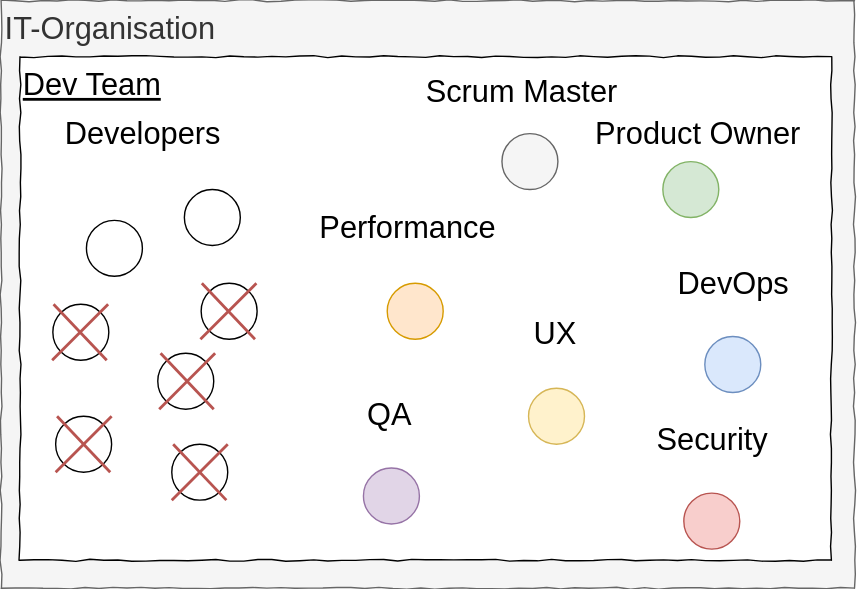
The draw.io diagram img/diagram_34.svg in iteratec/techcamp-devops-slides, before a commit. Source tidied: cells renumbered, new cells last; positions are measured from the earlier drawing's top-left corner, leaving out a move shared by most shapes. The source it was exported from:
```xml
<mxGraphModel>
  <root>
    <mxCell id="0" />
    <mxCell id="1" parent="0" />
    <mxCell id="2" value="IT-Organisation" style="rounded=0;whiteSpace=wrap;html=1;comic=1;fontSize=22;align=left;verticalAlign=top;fillColor=#f5f5f5;strokeColor=#666666;fontColor=#333333;" parent="1" vertex="1">
      <mxGeometry width="610" height="420" as="geometry" />
    </mxCell>
    <mxCell id="3" value="Dev Team" style="rounded=0;whiteSpace=wrap;html=1;comic=1;fontSize=22;align=left;verticalAlign=top;fontStyle=4;" parent="1" vertex="1">
      <mxGeometry x="13.5" y="40" width="580" height="360" as="geometry" />
    </mxCell>
    <mxCell id="4" style="ellipse;whiteSpace=wrap;html=1;rounded=0;shadow=0;glass=0;comic=1;strokeColor=#000000;strokeWidth=1;fillColor=#ffffff;gradientColor=#ffffff;fontSize=22;align=left;" parent="1" vertex="1">
      <mxGeometry x="61" y="157" width="40" height="40" as="geometry" />
    </mxCell>
    <mxCell id="5" style="ellipse;whiteSpace=wrap;html=1;rounded=0;shadow=0;glass=0;comic=1;strokeColor=#000000;strokeWidth=1;fillColor=#ffffff;gradientColor=#ffffff;fontSize=22;align=left;" parent="1" vertex="1">
      <mxGeometry x="131" y="134.5" width="40" height="40" as="geometry" />
    </mxCell>
    <mxCell id="6" style="ellipse;whiteSpace=wrap;html=1;rounded=0;shadow=0;glass=0;comic=1;strokeColor=#000000;strokeWidth=1;fillColor=#ffffff;gradientColor=#ffffff;fontSize=22;align=left;" parent="1" vertex="1">
      <mxGeometry x="143" y="202" width="40" height="40" as="geometry" />
    </mxCell>
    <mxCell id="7" style="ellipse;whiteSpace=wrap;html=1;rounded=0;shadow=0;glass=0;comic=1;strokeColor=#000000;strokeWidth=1;fillColor=#ffffff;gradientColor=#ffffff;fontSize=22;align=left;" parent="1" vertex="1">
      <mxGeometry x="112" y="252" width="40" height="40" as="geometry" />
    </mxCell>
    <mxCell id="8" style="ellipse;whiteSpace=wrap;html=1;rounded=0;shadow=0;glass=0;comic=1;strokeColor=#000000;strokeWidth=1;fillColor=#ffffff;gradientColor=#ffffff;fontSize=22;align=left;" parent="1" vertex="1">
      <mxGeometry x="36.5" y="217" width="40" height="40" as="geometry" />
    </mxCell>
    <mxCell id="9" style="ellipse;whiteSpace=wrap;html=1;rounded=0;shadow=0;glass=0;comic=1;strokeColor=#000000;strokeWidth=1;fillColor=#ffffff;gradientColor=#ffffff;fontSize=22;align=left;" parent="1" vertex="1">
      <mxGeometry x="39" y="297" width="40" height="40" as="geometry" />
    </mxCell>
    <mxCell id="10" style="ellipse;whiteSpace=wrap;html=1;rounded=0;shadow=0;glass=0;comic=1;strokeColor=#000000;strokeWidth=1;fillColor=#ffffff;gradientColor=#ffffff;fontSize=22;align=left;" parent="1" vertex="1">
      <mxGeometry x="122" y="317" width="40" height="40" as="geometry" />
    </mxCell>
    <mxCell id="11" style="ellipse;whiteSpace=wrap;html=1;rounded=0;shadow=0;glass=0;comic=1;strokeColor=#666666;strokeWidth=1;fillColor=#f5f5f5;fontSize=22;align=left;fontColor=#333333;" parent="1" vertex="1">
      <mxGeometry x="358" y="95" width="40" height="40" as="geometry" />
    </mxCell>
    <mxCell id="12" value="Developers" style="text;html=1;align=left;verticalAlign=top;spacingTop=-4;fontSize=22;" parent="1" vertex="1">
      <mxGeometry x="43.5" y="80" width="130" height="30" as="geometry" />
    </mxCell>
    <mxCell id="13" style="ellipse;whiteSpace=wrap;html=1;rounded=0;shadow=0;glass=0;comic=1;strokeColor=#82b366;strokeWidth=1;fillColor=#d5e8d4;fontSize=22;align=left;" parent="1" vertex="1">
      <mxGeometry x="473" y="115" width="40" height="40" as="geometry" />
    </mxCell>
    <mxCell id="14" value="Scrum Master" style="text;html=1;align=left;verticalAlign=top;spacingTop=-4;fontSize=22;" parent="1" vertex="1">
      <mxGeometry x="301.5" y="50" width="150" height="30" as="geometry" />
    </mxCell>
    <mxCell id="15" value="Product Owner" style="text;html=1;align=left;verticalAlign=top;spacingTop=-4;fontSize=22;" parent="1" vertex="1">
      <mxGeometry x="423" y="80" width="160" height="30" as="geometry" />
    </mxCell>
    <mxCell id="16" style="ellipse;whiteSpace=wrap;html=1;rounded=0;shadow=0;glass=0;comic=1;strokeColor=#d79b00;strokeWidth=1;fillColor=#ffe6cc;fontSize=22;align=left;" parent="1" vertex="1">
      <mxGeometry x="276" y="202" width="40" height="40" as="geometry" />
    </mxCell>
    <mxCell id="17" style="ellipse;whiteSpace=wrap;html=1;rounded=0;shadow=0;glass=0;comic=1;strokeColor=#d6b656;strokeWidth=1;fillColor=#fff2cc;fontSize=22;align=left;" parent="1" vertex="1">
      <mxGeometry x="377" y="277" width="40" height="40" as="geometry" />
    </mxCell>
    <mxCell id="18" style="ellipse;whiteSpace=wrap;html=1;rounded=0;shadow=0;glass=0;comic=1;strokeColor=#b85450;strokeWidth=1;fillColor=#f8cecc;fontSize=22;align=left;" parent="1" vertex="1">
      <mxGeometry x="487.5" y="352" width="40" height="40" as="geometry" />
    </mxCell>
    <mxCell id="19" style="ellipse;whiteSpace=wrap;html=1;rounded=0;shadow=0;glass=0;comic=1;strokeColor=#9673a6;strokeWidth=1;fillColor=#e1d5e7;fontSize=22;align=left;" parent="1" vertex="1">
      <mxGeometry x="258.5" y="333.5" width="40" height="40" as="geometry" />
    </mxCell>
    <mxCell id="20" style="ellipse;whiteSpace=wrap;html=1;rounded=0;shadow=0;glass=0;comic=1;strokeColor=#6c8ebf;strokeWidth=1;fillColor=#dae8fc;fontSize=22;align=left;" parent="1" vertex="1">
      <mxGeometry x="503" y="240" width="40" height="40" as="geometry" />
    </mxCell>
    <mxCell id="21" style="group;" parent="1" vertex="1">
      <mxGeometry x="113" y="252" width="40" height="40" as="geometry" />
    </mxCell>
    <mxCell id="22" style="endArrow=none;html=1;strokeWidth=2;fillColor=#f8cecc;strokeColor=#b85450;" parent="21" edge="1">
      <mxGeometry relative="1" as="geometry">
        <mxPoint y="40" as="sourcePoint" />
        <mxPoint x="40" as="targetPoint" />
      </mxGeometry>
    </mxCell>
    <mxCell id="23" style="endArrow=none;html=1;strokeWidth=2;fillColor=#f8cecc;strokeColor=#b85450;" parent="21" edge="1">
      <mxGeometry relative="1" as="geometry">
        <mxPoint x="39" y="40" as="sourcePoint" />
        <mxPoint x="1" as="targetPoint" />
      </mxGeometry>
    </mxCell>
    <mxCell id="24" style="group;" parent="1" vertex="1">
      <mxGeometry x="39" y="297" width="40" height="40" as="geometry" />
    </mxCell>
    <mxCell id="25" style="endArrow=none;html=1;strokeWidth=2;fillColor=#f8cecc;strokeColor=#b85450;" parent="24" edge="1">
      <mxGeometry relative="1" as="geometry">
        <mxPoint y="40" as="sourcePoint" />
        <mxPoint x="40" as="targetPoint" />
      </mxGeometry>
    </mxCell>
    <mxCell id="26" style="endArrow=none;html=1;strokeWidth=2;fillColor=#f8cecc;strokeColor=#b85450;" parent="24" edge="1">
      <mxGeometry relative="1" as="geometry">
        <mxPoint x="39" y="40" as="sourcePoint" />
        <mxPoint x="1" as="targetPoint" />
      </mxGeometry>
    </mxCell>
    <mxCell id="27" style="group;" parent="1" vertex="1">
      <mxGeometry x="122" y="317" width="40" height="40" as="geometry" />
    </mxCell>
    <mxCell id="28" style="endArrow=none;html=1;strokeWidth=2;fillColor=#f8cecc;strokeColor=#b85450;" parent="27" edge="1">
      <mxGeometry relative="1" as="geometry">
        <mxPoint y="40" as="sourcePoint" />
        <mxPoint x="40" as="targetPoint" />
      </mxGeometry>
    </mxCell>
    <mxCell id="29" style="endArrow=none;html=1;strokeWidth=2;fillColor=#f8cecc;strokeColor=#b85450;" parent="27" edge="1">
      <mxGeometry relative="1" as="geometry">
        <mxPoint x="39" y="40" as="sourcePoint" />
        <mxPoint x="1" as="targetPoint" />
      </mxGeometry>
    </mxCell>
    <mxCell id="30" style="group;" parent="1" vertex="1">
      <mxGeometry x="142.5" y="202" width="40" height="40" as="geometry" />
    </mxCell>
    <mxCell id="31" style="endArrow=none;html=1;strokeWidth=2;fillColor=#f8cecc;strokeColor=#b85450;" parent="30" edge="1">
      <mxGeometry relative="1" as="geometry">
        <mxPoint y="40" as="sourcePoint" />
        <mxPoint x="40" as="targetPoint" />
      </mxGeometry>
    </mxCell>
    <mxCell id="32" style="endArrow=none;html=1;strokeWidth=2;fillColor=#f8cecc;strokeColor=#b85450;" parent="30" edge="1">
      <mxGeometry relative="1" as="geometry">
        <mxPoint x="39" y="40" as="sourcePoint" />
        <mxPoint x="1" as="targetPoint" />
      </mxGeometry>
    </mxCell>
    <mxCell id="33" style="group;" parent="1" vertex="1">
      <mxGeometry x="36.5" y="217" width="40" height="40" as="geometry" />
    </mxCell>
    <mxCell id="34" style="endArrow=none;html=1;strokeWidth=2;fillColor=#f8cecc;strokeColor=#b85450;" parent="33" edge="1">
      <mxGeometry relative="1" as="geometry">
        <mxPoint y="40" as="sourcePoint" />
        <mxPoint x="40" as="targetPoint" />
      </mxGeometry>
    </mxCell>
    <mxCell id="35" style="endArrow=none;html=1;strokeWidth=2;fillColor=#f8cecc;strokeColor=#b85450;" parent="33" edge="1">
      <mxGeometry relative="1" as="geometry">
        <mxPoint x="39" y="40" as="sourcePoint" />
        <mxPoint x="1" as="targetPoint" />
      </mxGeometry>
    </mxCell>
    <mxCell id="36" value="&lt;div&gt;Performance&lt;/div&gt;&lt;div align=&quot;center&quot;&gt;&lt;br&gt;&lt;/div&gt;" style="text;html=1;align=center;verticalAlign=top;spacingTop=-4;fontSize=22;" parent="1" vertex="1">
      <mxGeometry x="220" y="147" width="140" height="50" as="geometry" />
    </mxCell>
    <mxCell id="37" value="&lt;div&gt;UX&lt;/div&gt;&lt;div&gt;&lt;br&gt;&lt;/div&gt;" style="text;html=1;align=center;verticalAlign=top;spacingTop=-4;fontSize=22;" parent="1" vertex="1">
      <mxGeometry x="341" y="223" width="110" height="50" as="geometry" />
    </mxCell>
    <mxCell id="38" value="&lt;div&gt;DevOps&lt;/div&gt;&lt;div&gt;&lt;br&gt;&lt;/div&gt;" style="text;html=1;align=center;verticalAlign=top;spacingTop=-4;fontSize=22;" parent="1" vertex="1">
      <mxGeometry x="468" y="187" width="110" height="50" as="geometry" />
    </mxCell>
    <mxCell id="39" value="&lt;div&gt;Security&lt;/div&gt;&lt;div&gt;&lt;br&gt;&lt;/div&gt;" style="text;html=1;align=center;verticalAlign=top;spacingTop=-4;fontSize=22;" parent="1" vertex="1">
      <mxGeometry x="453.5" y="298.5" width="110" height="50" as="geometry" />
    </mxCell>
    <mxCell id="40" value="&lt;div&gt;QA&lt;/div&gt;&lt;div&gt;&lt;br&gt;&lt;/div&gt;" style="text;html=1;align=center;verticalAlign=top;spacingTop=-4;fontSize=22;" parent="1" vertex="1">
      <mxGeometry x="222.5" y="280.5" width="110" height="50" as="geometry" />
    </mxCell>
  </root>
</mxGraphModel>
```
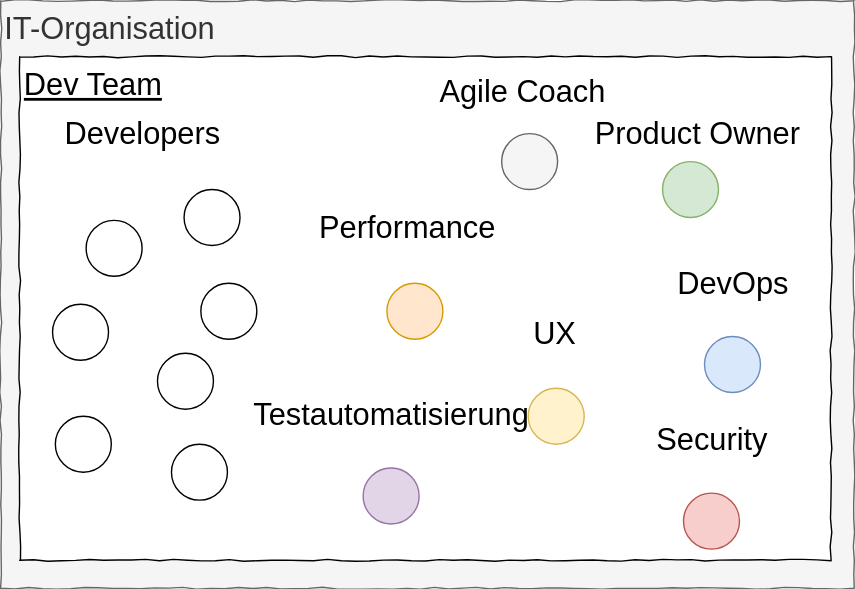
After the commit.

The edit, as a diff of the source:
```diff
@@ -38,8 +38,8 @@
     <mxCell id="13" style="ellipse;whiteSpace=wrap;html=1;rounded=0;shadow=0;glass=0;comic=1;strokeColor=#82b366;strokeWidth=1;fillColor=#d5e8d4;fontSize=22;align=left;" parent="1" vertex="1">
       <mxGeometry x="473" y="115" width="40" height="40" as="geometry" />
     </mxCell>
-    <mxCell id="14" value="Scrum Master" style="text;html=1;align=left;verticalAlign=top;spacingTop=-4;fontSize=22;" parent="1" vertex="1">
-      <mxGeometry x="301.5" y="50" width="150" height="30" as="geometry" />
+    <mxCell id="14" value="Agile Coach" style="text;html=1;align=left;verticalAlign=top;spacingTop=-4;fontSize=22;" parent="1" vertex="1">
+      <mxGeometry x="311.5" y="50" width="130" height="30" as="geometry" />
     </mxCell>
     <mxCell id="15" value="Product Owner" style="text;html=1;align=left;verticalAlign=top;spacingTop=-4;fontSize=22;" parent="1" vertex="1">
       <mxGeometry x="423" y="80" width="160" height="30" as="geometry" />
@@ -59,95 +59,20 @@
     <mxCell id="20" style="ellipse;whiteSpace=wrap;html=1;rounded=0;shadow=0;glass=0;comic=1;strokeColor=#6c8ebf;strokeWidth=1;fillColor=#dae8fc;fontSize=22;align=left;" parent="1" vertex="1">
       <mxGeometry x="503" y="240" width="40" height="40" as="geometry" />
     </mxCell>
-    <mxCell id="21" style="group;" parent="1" vertex="1">
-      <mxGeometry x="113" y="252" width="40" height="40" as="geometry" />
+    <mxCell id="21" value="&lt;div&gt;Performance&lt;/div&gt;&lt;div align=&quot;center&quot;&gt;&lt;br&gt;&lt;/div&gt;" style="text;html=1;align=center;verticalAlign=top;spacingTop=-4;fontSize=22;" parent="1" vertex="1">
+      <mxGeometry x="220" y="147" width="140" height="50" as="geometry" />
     </mxCell>
-    <mxCell id="22" style="endArrow=none;html=1;strokeWidth=2;fillColor=#f8cecc;strokeColor=#b85450;" parent="21" edge="1">
-      <mxGeometry relative="1" as="geometry">
-        <mxPoint y="40" as="sourcePoint" />
-        <mxPoint x="40" as="targetPoint" />
-      </mxGeometry>
+    <mxCell id="22" value="&lt;div&gt;UX&lt;/div&gt;&lt;div&gt;&lt;br&gt;&lt;/div&gt;" style="text;html=1;align=center;verticalAlign=top;spacingTop=-4;fontSize=22;" parent="1" vertex="1">
+      <mxGeometry x="341" y="223" width="110" height="50" as="geometry" />
     </mxCell>
-    <mxCell id="23" style="endArrow=none;html=1;strokeWidth=2;fillColor=#f8cecc;strokeColor=#b85450;" parent="21" edge="1">
-      <mxGeometry relative="1" as="geometry">
-        <mxPoint x="39" y="40" as="sourcePoint" />
-        <mxPoint x="1" as="targetPoint" />
-      </mxGeometry>
+    <mxCell id="23" value="&lt;div&gt;DevOps&lt;/div&gt;&lt;div&gt;&lt;br&gt;&lt;/div&gt;" style="text;html=1;align=center;verticalAlign=top;spacingTop=-4;fontSize=22;" parent="1" vertex="1">
+      <mxGeometry x="468" y="187" width="110" height="50" as="geometry" />
     </mxCell>
-    <mxCell id="24" style="group;" parent="1" vertex="1">
-      <mxGeometry x="39" y="297" width="40" height="40" as="geometry" />
+    <mxCell id="24" value="&lt;div&gt;Security&lt;/div&gt;&lt;div&gt;&lt;br&gt;&lt;/div&gt;" style="text;html=1;align=center;verticalAlign=top;spacingTop=-4;fontSize=22;" parent="1" vertex="1">
+      <mxGeometry x="453.5" y="298.5" width="110" height="50" as="geometry" />
     </mxCell>
-    <mxCell id="25" style="endArrow=none;html=1;strokeWidth=2;fillColor=#f8cecc;strokeColor=#b85450;" parent="24" edge="1">
-      <mxGeometry relative="1" as="geometry">
-        <mxPoint y="40" as="sourcePoint" />
-        <mxPoint x="40" as="targetPoint" />
-      </mxGeometry>
+    <mxCell id="25" value="Testautomatisierung" style="text;html=1;align=center;verticalAlign=top;spacingTop=-4;fontSize=22;" parent="1" vertex="1">
+      <mxGeometry x="172.5" y="280.5" width="210" height="30" as="geometry" />
     </mxCell>
-    <mxCell id="26" style="endArrow=none;html=1;strokeWidth=2;fillColor=#f8cecc;strokeColor=#b85450;" parent="24" edge="1">
-      <mxGeometry relative="1" as="geometry">
-        <mxPoint x="39" y="40" as="sourcePoint" />
-        <mxPoint x="1" as="targetPoint" />
-      </mxGeometry>
-    </mxCell>
-    <mxCell id="27" style="group;" parent="1" vertex="1">
-      <mxGeometry x="122" y="317" width="40" height="40" as="geometry" />
-    </mxCell>
-    <mxCell id="28" style="endArrow=none;html=1;strokeWidth=2;fillColor=#f8cecc;strokeColor=#b85450;" parent="27" edge="1">
-      <mxGeometry relative="1" as="geometry">
-        <mxPoint y="40" as="sourcePoint" />
-        <mxPoint x="40" as="targetPoint" />
-      </mxGeometry>
-    </mxCell>
-    <mxCell id="29" style="endArrow=none;html=1;strokeWidth=2;fillColor=#f8cecc;strokeColor=#b85450;" parent="27" edge="1">
-      <mxGeometry relative="1" as="geometry">
-        <mxPoint x="39" y="40" as="sourcePoint" />
-        <mxPoint x="1" as="targetPoint" />
-      </mxGeometry>
-    </mxCell>
-    <mxCell id="30" style="group;" parent="1" vertex="1">
-      <mxGeometry x="142.5" y="202" width="40" height="40" as="geometry" />
-    </mxCell>
-    <mxCell id="31" style="endArrow=none;html=1;strokeWidth=2;fillColor=#f8cecc;strokeColor=#b85450;" parent="30" edge="1">
-      <mxGeometry relative="1" as="geometry">
-        <mxPoint y="40" as="sourcePoint" />
-        <mxPoint x="40" as="targetPoint" />
-      </mxGeometry>
-    </mxCell>
-    <mxCell id="32" style="endArrow=none;html=1;strokeWidth=2;fillColor=#f8cecc;strokeColor=#b85450;" parent="30" edge="1">
-      <mxGeometry relative="1" as="geometry">
-        <mxPoint x="39" y="40" as="sourcePoint" />
-        <mxPoint x="1" as="targetPoint" />
-      </mxGeometry>
-    </mxCell>
-    <mxCell id="33" style="group;" parent="1" vertex="1">
-      <mxGeometry x="36.5" y="217" width="40" height="40" as="geometry" />
-    </mxCell>
-    <mxCell id="34" style="endArrow=none;html=1;strokeWidth=2;fillColor=#f8cecc;strokeColor=#b85450;" parent="33" edge="1">
-      <mxGeometry relative="1" as="geometry">
-        <mxPoint y="40" as="sourcePoint" />
-        <mxPoint x="40" as="targetPoint" />
-      </mxGeometry>
-    </mxCell>
-    <mxCell id="35" style="endArrow=none;html=1;strokeWidth=2;fillColor=#f8cecc;strokeColor=#b85450;" parent="33" edge="1">
-      <mxGeometry relative="1" as="geometry">
-        <mxPoint x="39" y="40" as="sourcePoint" />
-        <mxPoint x="1" as="targetPoint" />
-      </mxGeometry>
-    </mxCell>
-    <mxCell id="36" value="&lt;div&gt;Performance&lt;/div&gt;&lt;div align=&quot;center&quot;&gt;&lt;br&gt;&lt;/div&gt;" style="text;html=1;align=center;verticalAlign=top;spacingTop=-4;fontSize=22;" parent="1" vertex="1">
-      <mxGeometry x="220" y="147" width="140" height="50" as="geometry" />
-    </mxCell>
-    <mxCell id="37" value="&lt;div&gt;UX&lt;/div&gt;&lt;div&gt;&lt;br&gt;&lt;/div&gt;" style="text;html=1;align=center;verticalAlign=top;spacingTop=-4;fontSize=22;" parent="1" vertex="1">
-      <mxGeometry x="341" y="223" width="110" height="50" as="geometry" />
-    </mxCell>
-    <mxCell id="38" value="&lt;div&gt;DevOps&lt;/div&gt;&lt;div&gt;&lt;br&gt;&lt;/div&gt;" style="text;html=1;align=center;verticalAlign=top;spacingTop=-4;fontSize=22;" parent="1" vertex="1">
-      <mxGeometry x="468" y="187" width="110" height="50" as="geometry" />
-    </mxCell>
-    <mxCell id="39" value="&lt;div&gt;Security&lt;/div&gt;&lt;div&gt;&lt;br&gt;&lt;/div&gt;" style="text;html=1;align=center;verticalAlign=top;spacingTop=-4;fontSize=22;" parent="1" vertex="1">
-      <mxGeometry x="453.5" y="298.5" width="110" height="50" as="geometry" />
-    </mxCell>
-    <mxCell id="40" value="&lt;div&gt;QA&lt;/div&gt;&lt;div&gt;&lt;br&gt;&lt;/div&gt;" style="text;html=1;align=center;verticalAlign=top;spacingTop=-4;fontSize=22;" parent="1" vertex="1">
-      <mxGeometry x="222.5" y="280.5" width="110" height="50" as="geometry" />
-    </mxCell>
   </root>
 </mxGraphModel>
```
